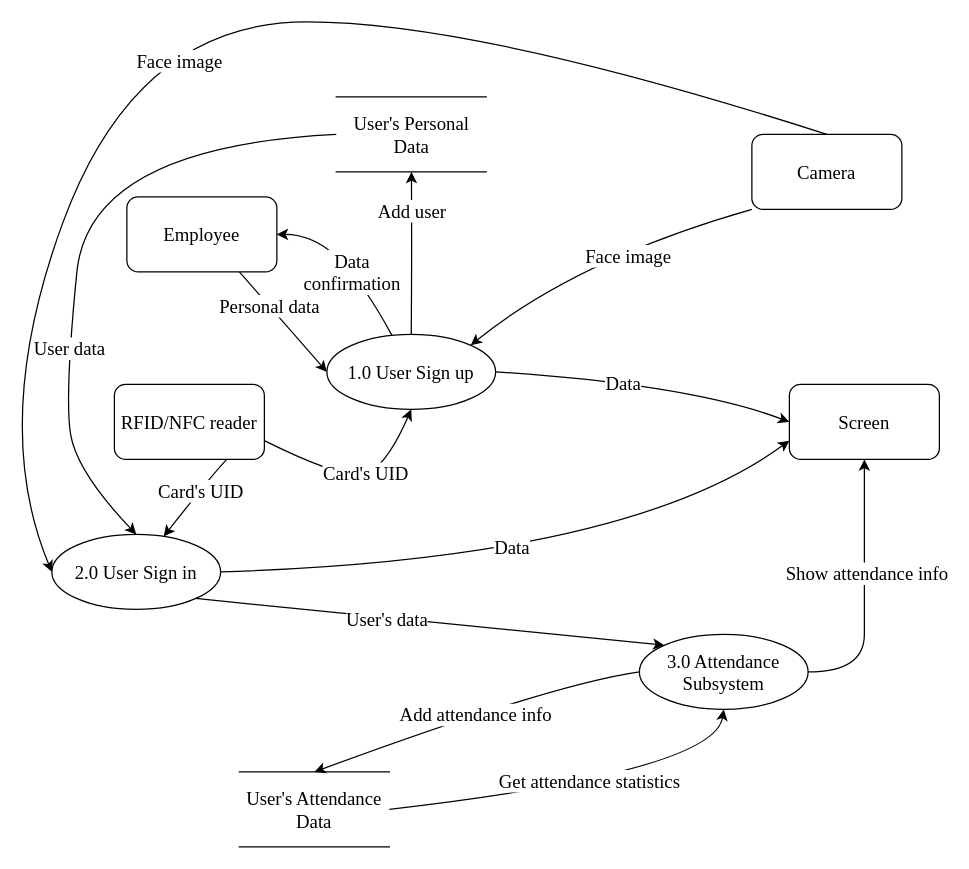
This is Diagrams/Data flow diagrams/1stLevel.drawio from Panagiotis-Sklidas/Advanced-Attendance-System, a draw.io file, before an edit. Source tidied: cells renumbered, new cells numbered last; positions are measured from the earlier drawing's top-left corner, leaving out a move shared by most shapes. Both pictures are drawn from the tidied source at 125%, with x=0, y=0 at pixel (-11, 21).
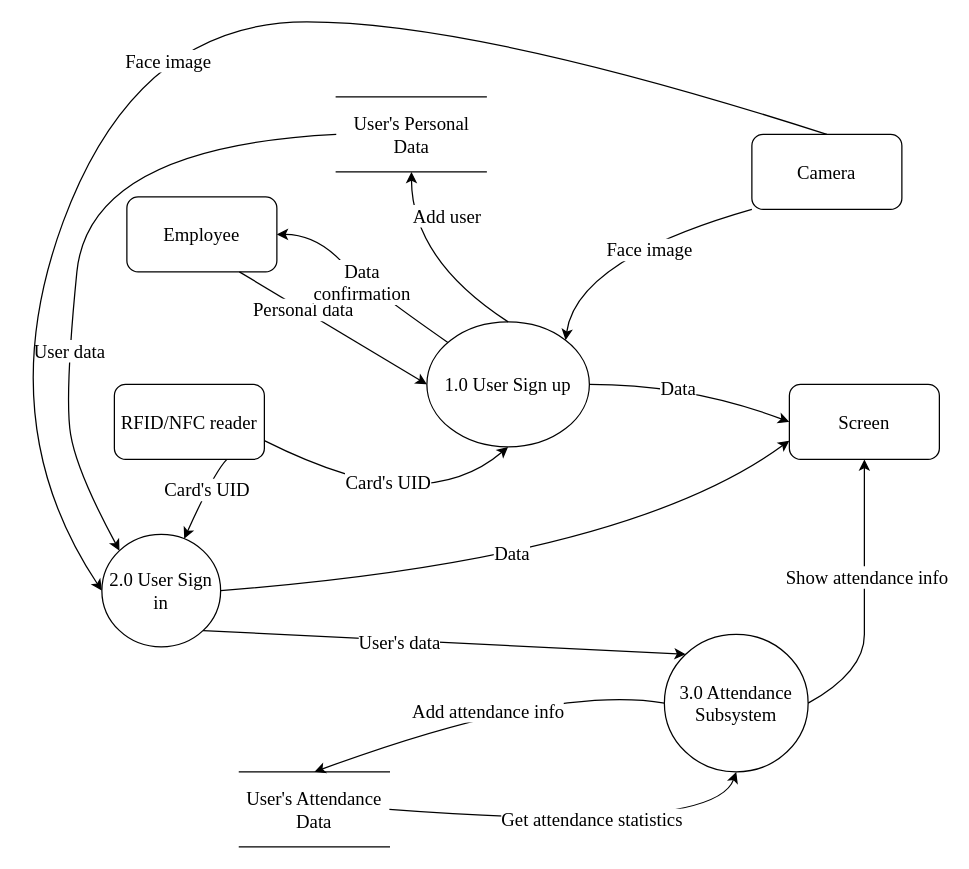
The same page after the edit.

Unchanged cells that the change refers to:
```xml
<mxCell id="3" value="User's Personal Data" style="shape=partialRectangle;whiteSpace=wrap;html=1;left=0;right=0;fillColor=none;fontFamily=Times New Roman;fontSize=15;align=center;verticalAlign=middle;" parent="1" vertex="1">
  <mxGeometry x="277.5" y="60" width="120" height="60" as="geometry" />
</mxCell>
<mxCell id="11" value="User's Attendance Data" style="shape=partialRectangle;whiteSpace=wrap;html=1;left=0;right=0;fillColor=none;fontFamily=Times New Roman;fontSize=15;align=center;verticalAlign=middle;" parent="1" vertex="1">
  <mxGeometry x="200" y="600" width="120" height="60" as="geometry" />
</mxCell>
<mxCell id="28" value="RFID/NFC reader" style="rounded=1;whiteSpace=wrap;html=1;fontFamily=Times New Roman;fontSize=15;align=center;verticalAlign=middle;" parent="1" vertex="1">
  <mxGeometry x="100" y="290" width="120" height="60" as="geometry" />
</mxCell>
```

The edit, as a diff of the source:
```diff
@@
     <mxCell id="2" value="1.0 User Sign up" style="ellipse;whiteSpace=wrap;html=1;fontFamily=Times New Roman;fontSize=15;align=center;verticalAlign=middle;" parent="1" vertex="1">
-      <mxGeometry x="270" y="250" width="135" height="60" as="geometry" />
+      <mxGeometry x="350" y="240" width="130" height="100" as="geometry" />
     </mxCell>
@@
     <mxCell id="6" value="2.0 User Sign in" style="ellipse;whiteSpace=wrap;html=1;fontFamily=Times New Roman;fontSize=15;align=center;verticalAlign=middle;" parent="1" vertex="1">
-      <mxGeometry x="50" y="410" width="135" height="60" as="geometry" />
+      <mxGeometry x="90" y="410" width="95" height="90" as="geometry" />
     </mxCell>
     <mxCell id="7" value="3.0 Attendance Subsystem" style="ellipse;whiteSpace=wrap;html=1;fontFamily=Times New Roman;fontSize=15;align=center;verticalAlign=middle;" parent="1" vertex="1">
-      <mxGeometry x="520" y="490" width="135" height="60" as="geometry" />
+      <mxGeometry x="540" y="490" width="115" height="110" as="geometry" />
     </mxCell>
@@
-    <mxCell id="20" style="curved=1;endArrow=classic;html=1;rounded=0;fontFamily=Times New Roman;fontSize=15;exitX=0;exitY=0.5;exitDx=0;exitDy=0;entryX=0.5;entryY=0;entryDx=0;entryDy=0;" parent="1" edge="1" source="3" target="6">
+    <mxCell id="20" style="curved=1;endArrow=classic;html=1;rounded=0;fontFamily=Times New Roman;fontSize=15;exitX=0;exitY=0.5;exitDx=0;exitDy=0;entryX=0;entryY=0;entryDx=0;entryDy=0;" parent="1" edge="1" source="3" target="6">
       <mxGeometry relative="1" as="geometry">
         <Array as="points">
           <mxPoint x="80" y="100" />
           <mxPoint x="60" y="300" />
           <mxPoint x="70" y="360" />
         </Array>
       </mxGeometry>
     </mxCell>
@@
     <mxCell id="26" style="curved=1;endArrow=classic;html=1;rounded=0;fontFamily=Times New Roman;fontSize=15;exitX=1;exitY=0.5;exitDx=0;exitDy=0;entryX=0.5;entryY=1;entryDx=0;entryDy=0;" parent="1" edge="1" source="11" target="7">
       <mxGeometry relative="1" as="geometry">
         <Array as="points">
-          <mxPoint x="580" y="600" />
+          <mxPoint x="580" y="650" />
         </Array>
       </mxGeometry>
     </mxCell>
@@
     <mxCell id="29" style="curved=1;endArrow=classic;html=1;rounded=0;fontFamily=Times New Roman;fontSize=15;exitX=1;exitY=0.75;exitDx=0;exitDy=0;entryX=0.5;entryY=1;entryDx=0;entryDy=0;" parent="1" edge="1" source="28" target="2">
       <mxGeometry relative="1" as="geometry">
         <Array as="points">
           <mxPoint x="290" y="370" />
-          <mxPoint x="320" y="350" />
+          <mxPoint x="380" y="370" />
         </Array>
       </mxGeometry>
     </mxCell>
```
